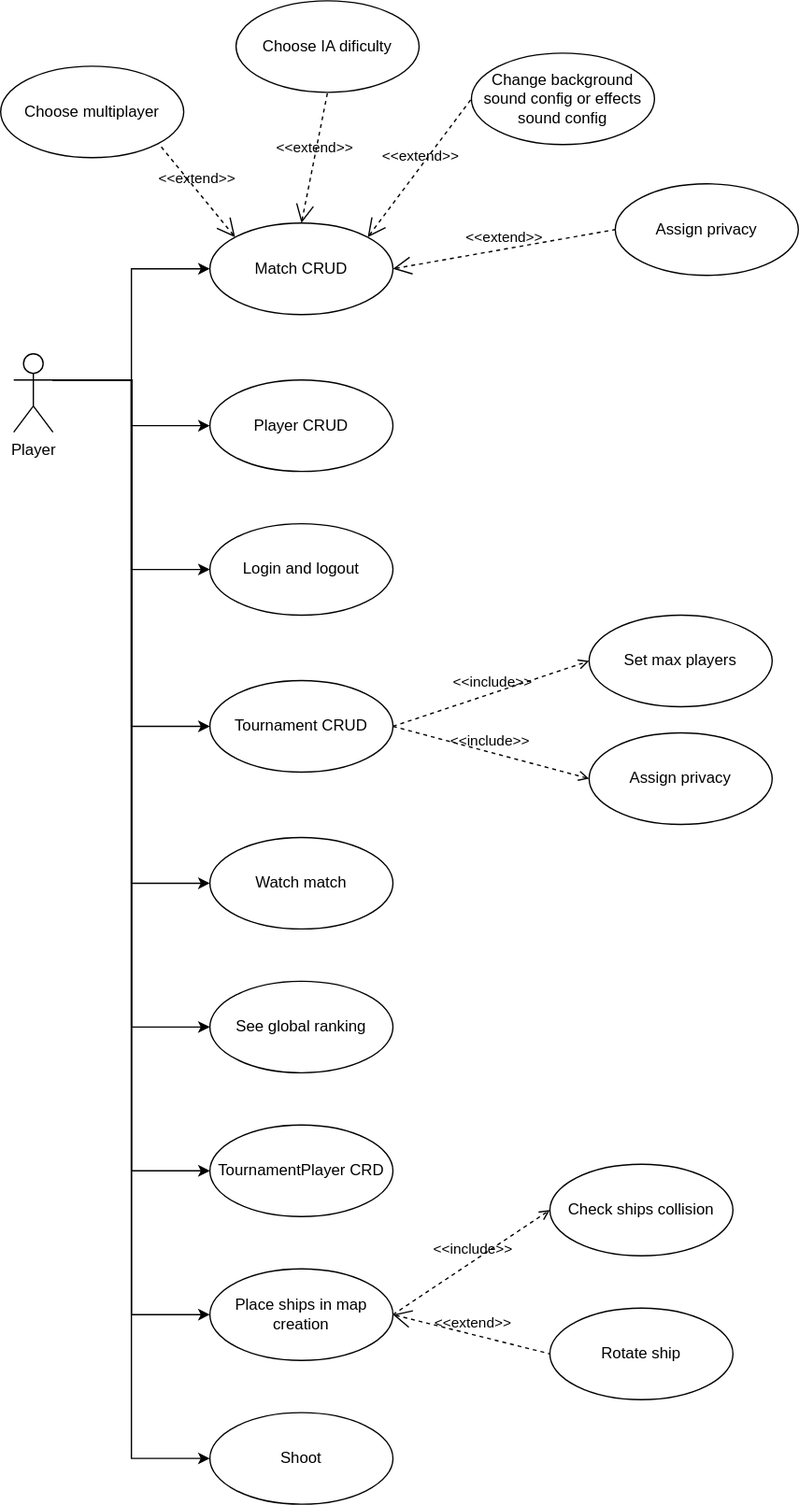
Earlier version of the draw.io export nbg_use_cases_diagram.svg (Henrique-Temponi/naval-battle-game-backend). Source tidied: cells renumbered, new cells last; positions are measured from the earlier drawing's top-left corner, leaving out a move shared by most shapes. The source it was exported from:
```xml
<mxGraphModel>
  <root>
    <mxCell id="0" />
    <mxCell id="1" parent="0" />
    <mxCell id="2" style="edgeStyle=orthogonalEdgeStyle;rounded=0;jettySize=auto;html=1;exitX=1;exitY=0.3333333333333333;exitDx=0;exitDy=0;exitPerimeter=0;entryX=0;entryY=0.5;entryDx=0;entryDy=0;" parent="1" edge="1" source="11" target="12">
      <mxGeometry relative="1" as="geometry" />
    </mxCell>
    <mxCell id="3" style="edgeStyle=orthogonalEdgeStyle;rounded=0;jettySize=auto;html=1;exitX=1;exitY=0.3333333333333333;exitDx=0;exitDy=0;exitPerimeter=0;entryX=0;entryY=0.5;entryDx=0;entryDy=0;" parent="1" edge="1" source="11" target="13">
      <mxGeometry relative="1" as="geometry" />
    </mxCell>
    <mxCell id="4" style="edgeStyle=orthogonalEdgeStyle;rounded=0;jettySize=auto;html=1;exitX=1;exitY=0.3333333333333333;exitDx=0;exitDy=0;exitPerimeter=0;entryX=0;entryY=0.5;entryDx=0;entryDy=0;" parent="1" edge="1" source="11" target="14">
      <mxGeometry relative="1" as="geometry" />
    </mxCell>
    <mxCell id="5" style="edgeStyle=orthogonalEdgeStyle;rounded=0;jettySize=auto;html=1;exitX=1;exitY=0.3333333333333333;exitDx=0;exitDy=0;exitPerimeter=0;entryX=0;entryY=0.5;entryDx=0;entryDy=0;" parent="1" edge="1" source="11" target="21">
      <mxGeometry relative="1" as="geometry" />
    </mxCell>
    <mxCell id="6" style="edgeStyle=orthogonalEdgeStyle;rounded=0;jettySize=auto;html=1;exitX=1;exitY=0.3333333333333333;exitDx=0;exitDy=0;exitPerimeter=0;entryX=0;entryY=0.5;entryDx=0;entryDy=0;" parent="1" edge="1" source="11" target="28">
      <mxGeometry relative="1" as="geometry" />
    </mxCell>
    <mxCell id="7" style="edgeStyle=orthogonalEdgeStyle;rounded=0;jettySize=auto;html=1;exitX=1;exitY=0.3333333333333333;exitDx=0;exitDy=0;exitPerimeter=0;entryX=0;entryY=0.5;entryDx=0;entryDy=0;" parent="1" edge="1" source="11" target="29">
      <mxGeometry relative="1" as="geometry" />
    </mxCell>
    <mxCell id="8" style="edgeStyle=orthogonalEdgeStyle;rounded=0;jettySize=auto;html=1;exitX=1;exitY=0.3333333333333333;exitDx=0;exitDy=0;exitPerimeter=0;entryX=0;entryY=0.5;entryDx=0;entryDy=0;" parent="1" edge="1" source="11" target="30">
      <mxGeometry relative="1" as="geometry" />
    </mxCell>
    <mxCell id="9" style="edgeStyle=orthogonalEdgeStyle;rounded=0;jettySize=auto;html=1;exitX=1;exitY=0.3333333333333333;exitDx=0;exitDy=0;exitPerimeter=0;entryX=0;entryY=0.5;entryDx=0;entryDy=0;" parent="1" edge="1" source="11" target="35">
      <mxGeometry relative="1" as="geometry" />
    </mxCell>
    <mxCell id="10" style="edgeStyle=orthogonalEdgeStyle;rounded=0;jettySize=auto;html=1;exitX=1;exitY=0.3333333333333333;exitDx=0;exitDy=0;exitPerimeter=0;entryX=0;entryY=0.5;entryDx=0;entryDy=0;" parent="1" edge="1" source="11" target="36">
      <mxGeometry relative="1" as="geometry" />
    </mxCell>
    <mxCell id="11" value="Player" style="shape=umlActor;verticalLabelPosition=bottom;verticalAlign=top;html=1;outlineConnect=0;" parent="1" vertex="1">
      <mxGeometry x="10" y="270" width="30" height="60" as="geometry" />
    </mxCell>
    <mxCell id="12" value="Match CRUD" style="ellipse;whiteSpace=wrap;html=1;" parent="1" vertex="1">
      <mxGeometry x="160" y="170" width="140" height="70" as="geometry" />
    </mxCell>
    <mxCell id="13" value="Tournament CRUD" style="ellipse;whiteSpace=wrap;html=1;" parent="1" vertex="1">
      <mxGeometry x="160" y="520" width="140" height="70" as="geometry" />
    </mxCell>
    <mxCell id="14" value="Watch match" style="ellipse;whiteSpace=wrap;html=1;" parent="1" vertex="1">
      <mxGeometry x="160" y="640" width="140" height="70" as="geometry" />
    </mxCell>
    <mxCell id="15" value="Choose multiplayer" style="ellipse;whiteSpace=wrap;html=1;" parent="1" vertex="1">
      <mxGeometry y="50" width="140" height="70" as="geometry" />
    </mxCell>
    <mxCell id="16" value="Choose IA dificulty" style="ellipse;whiteSpace=wrap;html=1;" parent="1" vertex="1">
      <mxGeometry x="180" width="140" height="70" as="geometry" />
    </mxCell>
    <mxCell id="17" value="Change background sound config or effects sound config" style="ellipse;whiteSpace=wrap;html=1;" parent="1" vertex="1">
      <mxGeometry x="360" y="40" width="140" height="70" as="geometry" />
    </mxCell>
    <mxCell id="18" value="&amp;lt;&amp;lt;extend&amp;gt;&amp;gt;" style="edgeStyle=none;html=1;startArrow=open;endArrow=none;startSize=12;verticalAlign=bottom;dashed=1;labelBackgroundColor=none;entryX=0;entryY=0.5;entryDx=0;entryDy=0;exitX=1;exitY=0;exitDx=0;exitDy=0;" parent="1" edge="1" source="12" target="17">
      <mxGeometry relative="1" as="geometry" />
    </mxCell>
    <mxCell id="19" value="&amp;lt;&amp;lt;extend&amp;gt;&amp;gt;" style="edgeStyle=none;html=1;startArrow=open;endArrow=none;startSize=12;verticalAlign=bottom;dashed=1;labelBackgroundColor=none;entryX=0.5;entryY=1;entryDx=0;entryDy=0;exitX=0.5;exitY=0;exitDx=0;exitDy=0;" parent="1" edge="1" source="12" target="16">
      <mxGeometry relative="1" as="geometry" />
    </mxCell>
    <mxCell id="20" value="&amp;lt;&amp;lt;extend&amp;gt;&amp;gt;" style="edgeStyle=none;html=1;startArrow=open;endArrow=none;startSize=12;verticalAlign=bottom;dashed=1;labelBackgroundColor=none;entryX=1;entryY=1;entryDx=0;entryDy=0;exitX=0;exitY=0;exitDx=0;exitDy=0;" parent="1" edge="1" source="12" target="15">
      <mxGeometry relative="1" as="geometry" />
    </mxCell>
    <mxCell id="21" value="See global ranking" style="ellipse;whiteSpace=wrap;html=1;" parent="1" vertex="1">
      <mxGeometry x="160" y="750" width="140" height="70" as="geometry" />
    </mxCell>
    <mxCell id="22" value="Set max players" style="ellipse;whiteSpace=wrap;html=1;" parent="1" vertex="1">
      <mxGeometry x="450" y="470" width="140" height="70" as="geometry" />
    </mxCell>
    <mxCell id="23" value="&amp;lt;&amp;lt;include&amp;gt;&amp;gt;" style="edgeStyle=none;html=1;endArrow=open;verticalAlign=bottom;dashed=1;labelBackgroundColor=none;exitX=1;exitY=0.5;exitDx=0;exitDy=0;entryX=0;entryY=0.5;entryDx=0;entryDy=0;" parent="1" edge="1" source="13" target="22">
      <mxGeometry relative="1" as="geometry" />
    </mxCell>
    <mxCell id="24" value="Assign privacy" style="ellipse;whiteSpace=wrap;html=1;" parent="1" vertex="1">
      <mxGeometry x="470" y="140" width="140" height="70" as="geometry" />
    </mxCell>
    <mxCell id="25" value="&amp;lt;&amp;lt;extend&amp;gt;&amp;gt;" style="edgeStyle=none;html=1;startArrow=open;endArrow=none;startSize=12;verticalAlign=bottom;dashed=1;labelBackgroundColor=none;entryX=0;entryY=0.5;entryDx=0;entryDy=0;exitX=1;exitY=0.5;exitDx=0;exitDy=0;" parent="1" edge="1" source="12" target="24">
      <mxGeometry relative="1" as="geometry" />
    </mxCell>
    <mxCell id="26" value="Assign privacy" style="ellipse;whiteSpace=wrap;html=1;" parent="1" vertex="1">
      <mxGeometry x="450" y="560" width="140" height="70" as="geometry" />
    </mxCell>
    <mxCell id="27" value="&amp;lt;&amp;lt;include&amp;gt;&amp;gt;" style="edgeStyle=none;html=1;endArrow=open;verticalAlign=bottom;dashed=1;labelBackgroundColor=none;exitX=1;exitY=0.5;exitDx=0;exitDy=0;entryX=0;entryY=0.5;entryDx=0;entryDy=0;" parent="1" edge="1" source="13" target="26">
      <mxGeometry relative="1" as="geometry" />
    </mxCell>
    <mxCell id="28" value="TournamentPlayer CRD" style="ellipse;whiteSpace=wrap;html=1;" parent="1" vertex="1">
      <mxGeometry x="160" y="860" width="140" height="70" as="geometry" />
    </mxCell>
    <mxCell id="29" value="Place ships in map creation" style="ellipse;whiteSpace=wrap;html=1;" parent="1" vertex="1">
      <mxGeometry x="160" y="970" width="140" height="70" as="geometry" />
    </mxCell>
    <mxCell id="30" value="Shoot" style="ellipse;whiteSpace=wrap;html=1;" parent="1" vertex="1">
      <mxGeometry x="160" y="1080" width="140" height="70" as="geometry" />
    </mxCell>
    <mxCell id="31" value="Rotate ship" style="ellipse;whiteSpace=wrap;html=1;" parent="1" vertex="1">
      <mxGeometry x="420" y="1000" width="140" height="70" as="geometry" />
    </mxCell>
    <mxCell id="32" value="&amp;lt;&amp;lt;extend&amp;gt;&amp;gt;" style="edgeStyle=none;html=1;startArrow=open;endArrow=none;startSize=12;verticalAlign=bottom;dashed=1;labelBackgroundColor=none;entryX=0;entryY=0.5;entryDx=0;entryDy=0;exitX=1;exitY=0.5;exitDx=0;exitDy=0;" parent="1" edge="1" source="29" target="31">
      <mxGeometry relative="1" as="geometry" />
    </mxCell>
    <mxCell id="33" value="&amp;lt;&amp;lt;include&amp;gt;&amp;gt;" style="edgeStyle=none;html=1;endArrow=open;verticalAlign=bottom;dashed=1;labelBackgroundColor=none;entryX=0;entryY=0.5;entryDx=0;entryDy=0;exitX=1;exitY=0.5;exitDx=0;exitDy=0;" parent="1" edge="1" source="29" target="34">
      <mxGeometry relative="1" as="geometry" />
    </mxCell>
    <mxCell id="34" value="Check ships collision" style="ellipse;whiteSpace=wrap;html=1;" parent="1" vertex="1">
      <mxGeometry x="420" y="890" width="140" height="70" as="geometry" />
    </mxCell>
    <mxCell id="35" value="Player CRUD" style="ellipse;whiteSpace=wrap;html=1;" parent="1" vertex="1">
      <mxGeometry x="160" y="290" width="140" height="70" as="geometry" />
    </mxCell>
    <mxCell id="36" value="Login and logout" style="ellipse;whiteSpace=wrap;html=1;" parent="1" vertex="1">
      <mxGeometry x="160" y="400" width="140" height="70" as="geometry" />
    </mxCell>
  </root>
</mxGraphModel>
```
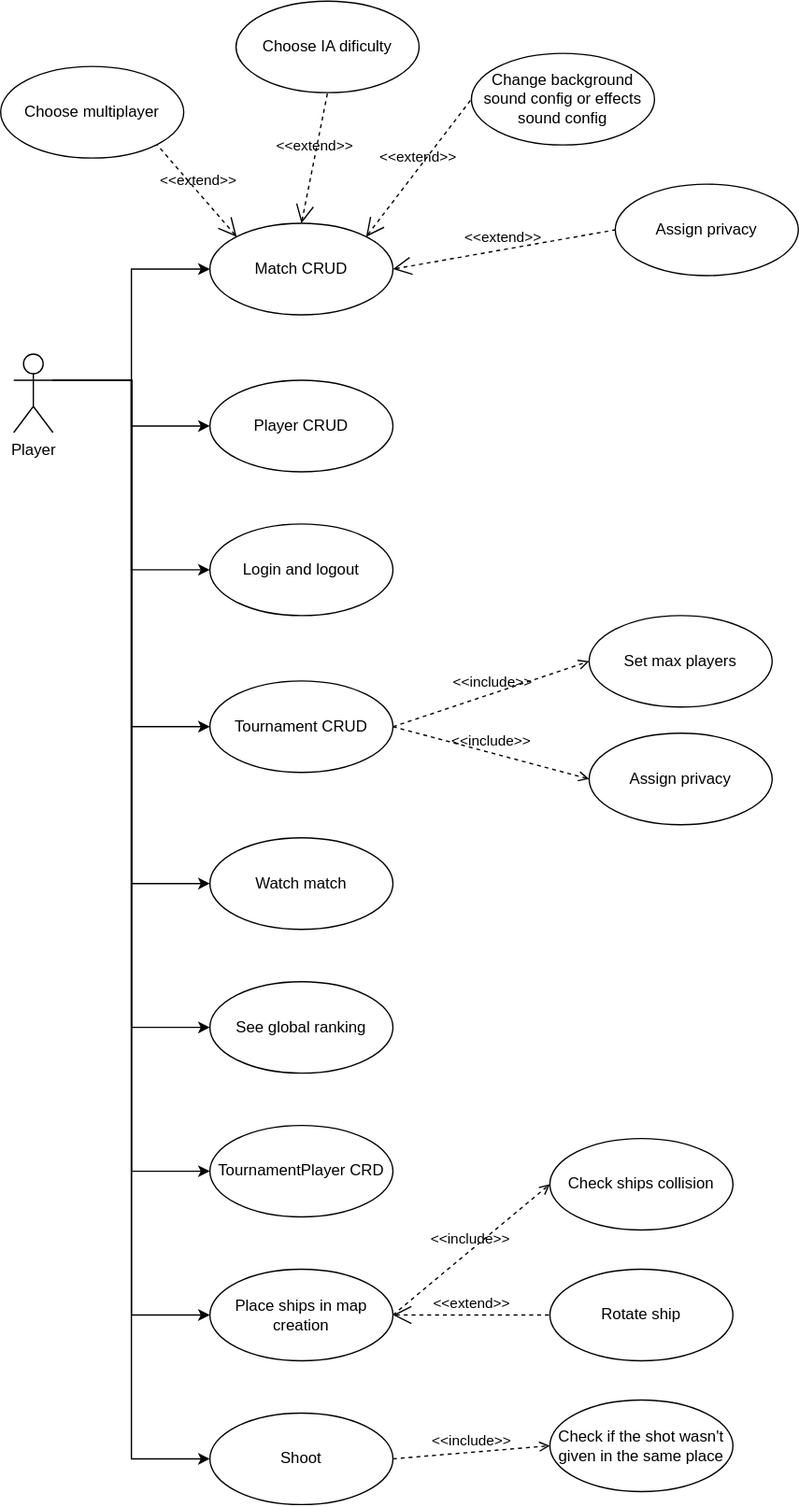
Later version of the same file.

Diff of the diagram source:
```diff
@@ -90,7 +90,7 @@
       <mxGeometry x="160" y="1080" width="140" height="70" as="geometry" />
     </mxCell>
     <mxCell id="31" value="Rotate ship" style="ellipse;whiteSpace=wrap;html=1;" parent="1" vertex="1">
-      <mxGeometry x="420" y="1000" width="140" height="70" as="geometry" />
+      <mxGeometry x="420" y="970" width="140" height="70" as="geometry" />
     </mxCell>
     <mxCell id="32" value="&amp;lt;&amp;lt;extend&amp;gt;&amp;gt;" style="edgeStyle=none;html=1;startArrow=open;endArrow=none;startSize=12;verticalAlign=bottom;dashed=1;labelBackgroundColor=none;entryX=0;entryY=0.5;entryDx=0;entryDy=0;exitX=1;exitY=0.5;exitDx=0;exitDy=0;" parent="1" edge="1" source="29" target="31">
       <mxGeometry relative="1" as="geometry" />
@@ -99,7 +99,7 @@
       <mxGeometry relative="1" as="geometry" />
     </mxCell>
     <mxCell id="34" value="Check ships collision" style="ellipse;whiteSpace=wrap;html=1;" parent="1" vertex="1">
-      <mxGeometry x="420" y="890" width="140" height="70" as="geometry" />
+      <mxGeometry x="420" y="870" width="140" height="70" as="geometry" />
     </mxCell>
     <mxCell id="35" value="Player CRUD" style="ellipse;whiteSpace=wrap;html=1;" parent="1" vertex="1">
       <mxGeometry x="160" y="290" width="140" height="70" as="geometry" />
@@ -107,5 +107,11 @@
     <mxCell id="36" value="Login and logout" style="ellipse;whiteSpace=wrap;html=1;" parent="1" vertex="1">
       <mxGeometry x="160" y="400" width="140" height="70" as="geometry" />
     </mxCell>
+    <mxCell id="37" value="Check if the shot wasn't given in the same place" style="ellipse;whiteSpace=wrap;html=1;" parent="1" vertex="1">
+      <mxGeometry x="420" y="1070" width="140" height="70" as="geometry" />
+    </mxCell>
+    <mxCell id="38" value="&amp;lt;&amp;lt;include&amp;gt;&amp;gt;" style="edgeStyle=none;html=1;endArrow=open;verticalAlign=bottom;dashed=1;labelBackgroundColor=none;entryX=0;entryY=0.5;entryDx=0;entryDy=0;exitX=1;exitY=0.5;exitDx=0;exitDy=0;" parent="1" edge="1" source="30" target="37">
+      <mxGeometry relative="1" as="geometry" />
+    </mxCell>
   </root>
 </mxGraphModel>
```
